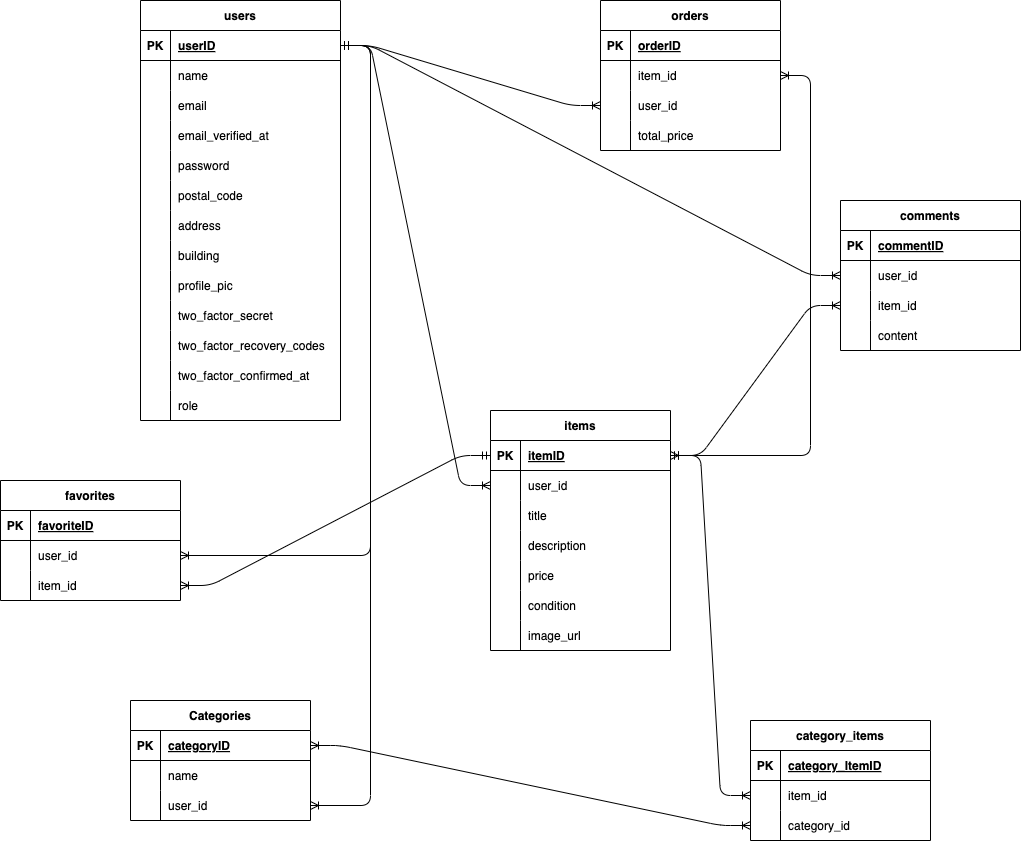
Earlier version of the draw.io export src/index.drawio.png (yanagimuneyoshi/furima). Source tidied: cells renumbered, new cells last; positions are measured from the earlier drawing's top-left corner, leaving out a move shared by most shapes.
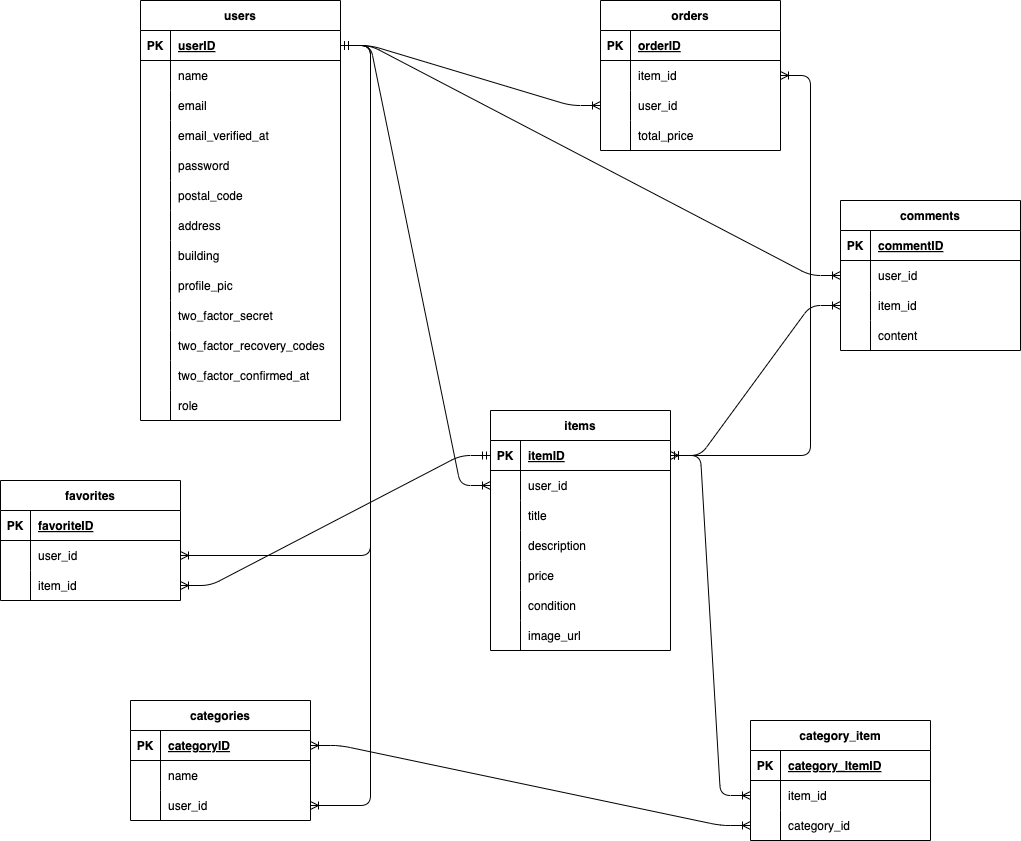
The same file after the commit.

What changed in the source:
```diff
@@ -296,7 +296,7 @@
     <mxCell id="99" value="content" style="shape=partialRectangle;fillColor=none;top=0;left=0;bottom=0;right=0;align=left;spacingLeft=6;overflow=hidden;" parent="97" vertex="1">
       <mxGeometry x="30" width="150" height="30" as="geometry" />
     </mxCell>
-    <mxCell id="100" value="Categories" style="shape=table;startSize=30;rowLines=0;fontStyle=1;align=center;" parent="1" vertex="1">
+    <mxCell id="100" value="categories" style="shape=table;startSize=30;rowLines=0;fontStyle=1;align=center;" parent="1" vertex="1">
       <mxGeometry x="130" y="700" width="180" height="120" as="geometry" />
     </mxCell>
     <mxCell id="101" style="shape=tableRow;horizontal=0;startSize=0;swimlaneHead=0;swimlaneBody=0;fillColor=none;points=[[0,0.5],[1,0.5]];portConstraint=eastwest;top=0;left=0;right=0;bottom=1;" parent="100" vertex="1">
@@ -326,7 +326,7 @@
     <mxCell id="109" value="user_id" style="shape=partialRectangle;fillColor=none;top=0;left=0;bottom=0;right=0;align=left;spacingLeft=6;overflow=hidden;" parent="107" vertex="1">
       <mxGeometry x="30" width="150" height="30" as="geometry" />
     </mxCell>
-    <mxCell id="110" value="category_items" style="shape=table;startSize=30;rowLines=0;fontStyle=1;align=center;" parent="1" vertex="1">
+    <mxCell id="110" value="category_item" style="shape=table;startSize=30;rowLines=0;fontStyle=1;align=center;" parent="1" vertex="1">
       <mxGeometry x="750" y="720" width="180" height="120" as="geometry" />
     </mxCell>
     <mxCell id="111" style="shape=tableRow;horizontal=0;startSize=0;swimlaneHead=0;swimlaneBody=0;fillColor=none;top=0;left=0;right=0;bottom=1;" parent="110" vertex="1">
```
